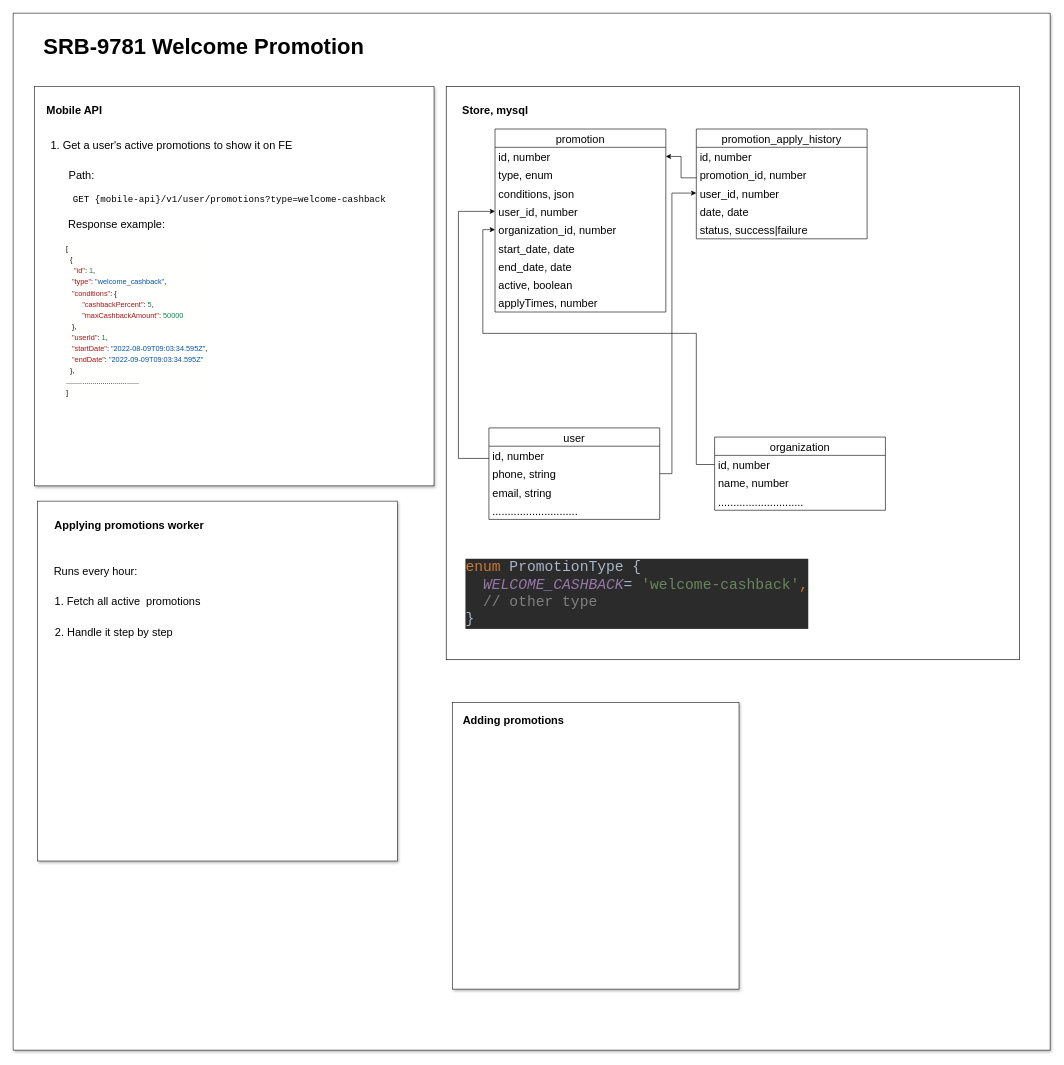
The draw.io diagram diagrams/Untitled Diagram.drawio in koldunb/draw-io, before the edit. Source tidied: cells renumbered, new cells numbered last; positions are measured from the earlier drawing's top-left corner, leaving out a move shared by most shapes. Both pictures are drawn from the tidied source at 61%, with x=0, y=0 at pixel (13, 13).
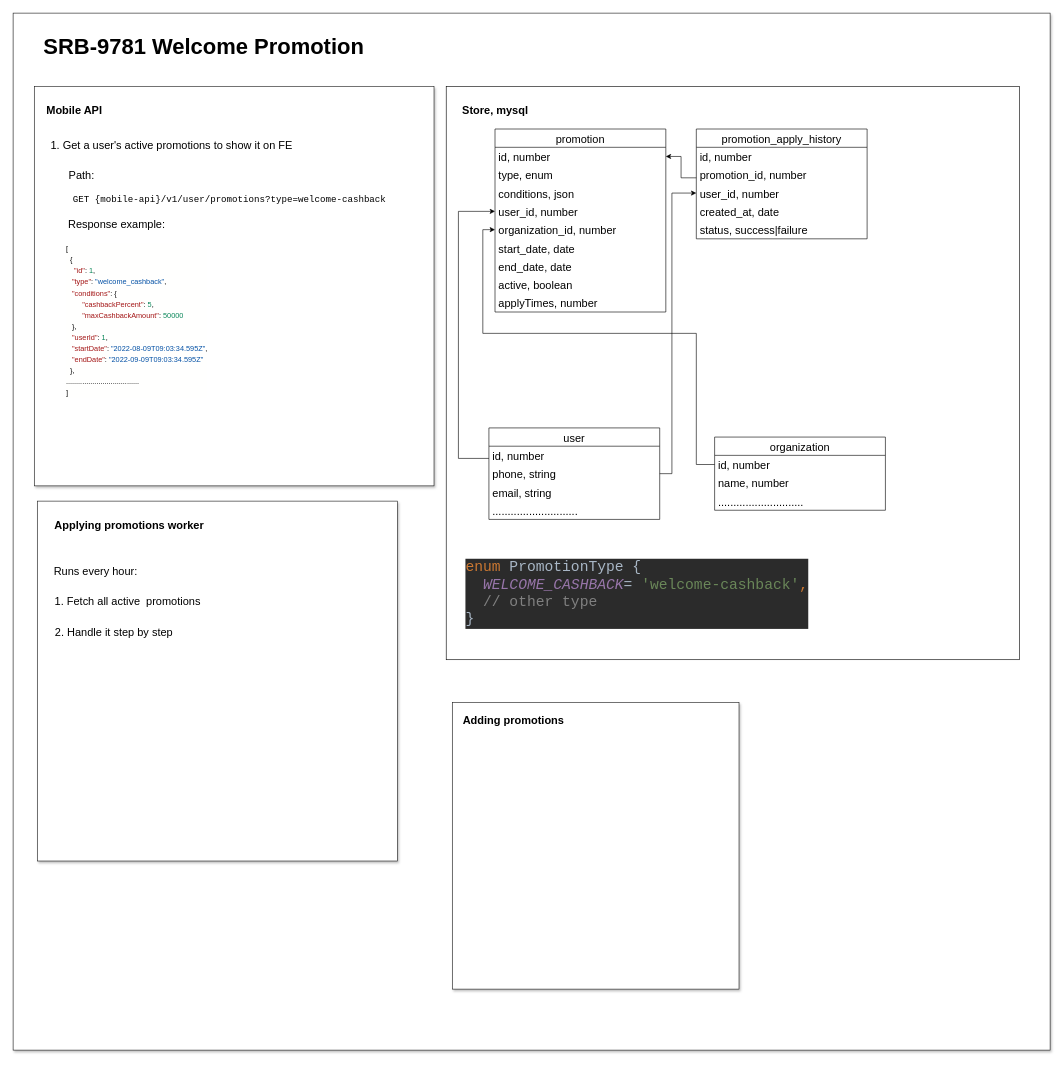
The same page after the edit.

The change refers to these unchanged cells:
```xml
<mxCell id="35" value="promotion_apply_history" style="swimlane;fontStyle=0;horizontal=1;startSize=30;fontSize=18;" parent="1" vertex="1">
  <mxGeometry x="1120" y="190" width="280" height="180" as="geometry" />
</mxCell>
```

What changed in the source:
```diff
@@
-    <mxCell id="39" value="date, date" style="text;strokeColor=none;fillColor=none;align=left;verticalAlign=middle;spacingLeft=4;spacingRight=4;overflow=hidden;fontSize=18;" parent="35" vertex="1">
+    <mxCell id="39" value="created_at, date" style="text;strokeColor=none;fillColor=none;align=left;verticalAlign=middle;spacingLeft=4;spacingRight=4;overflow=hidden;fontSize=18;" parent="35" vertex="1">
       <mxGeometry y="120" width="280" height="30" as="geometry" />
     </mxCell>
```
